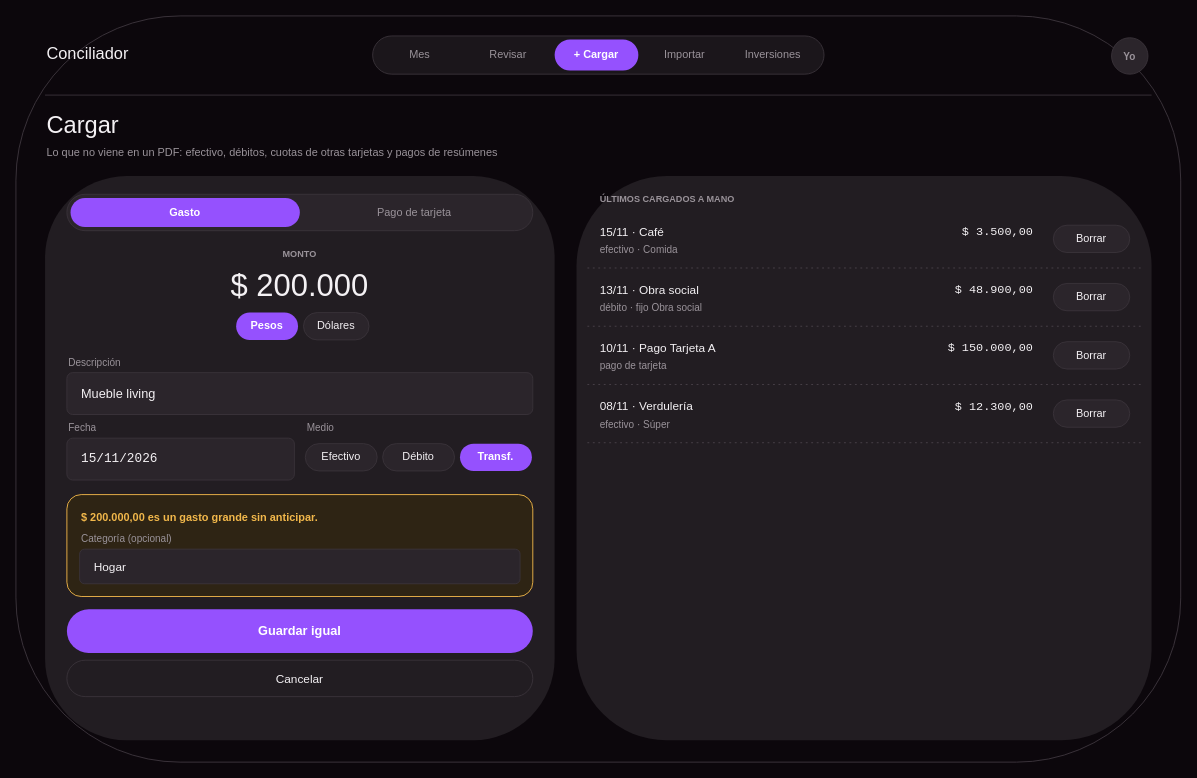
nicovazzoler/conciliador keeps this draw.io diagram as page "Cargar · escritorio" (4 of 16) of docs/diseno/conciliador.drawio. Above is the earlier version. Source tidied: cells renumbered, new cells numbered last; positions are measured from the earlier drawing's top-left corner, leaving out a move shared by most shapes. Both pictures are drawn from the tidied source at 91%, with x=0, y=0 at pixel (15, 15).
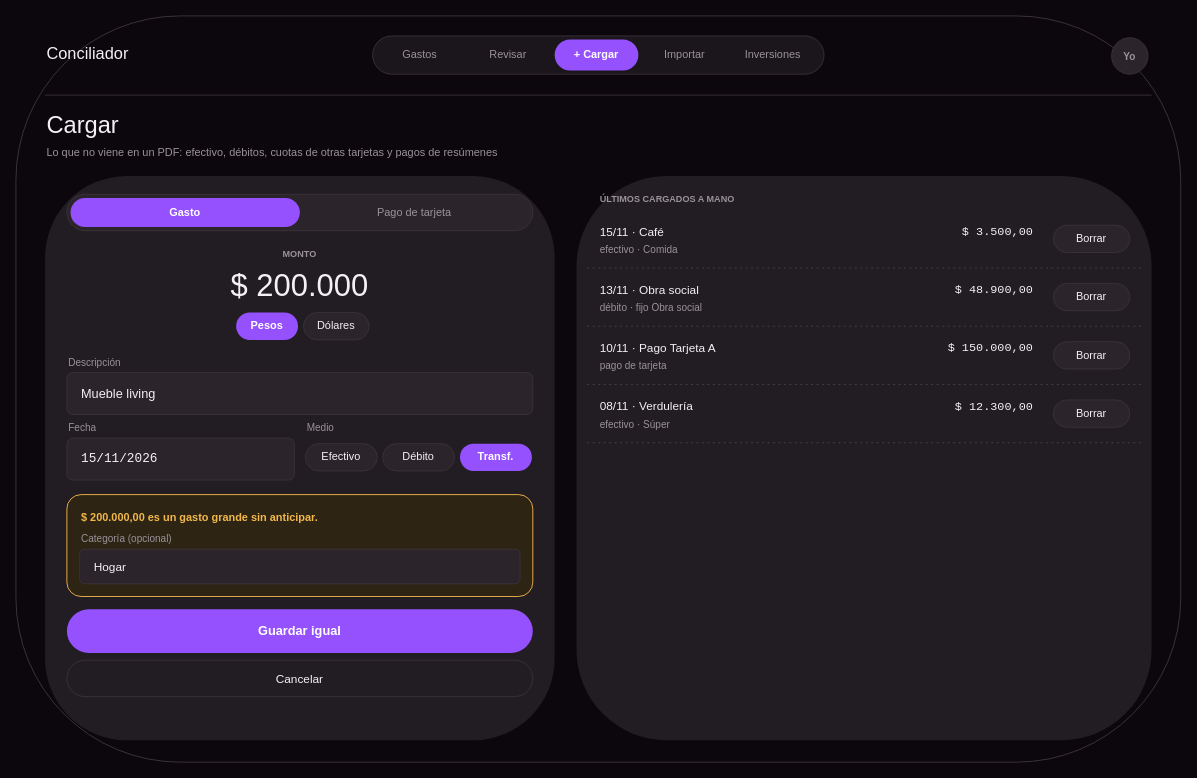
The same page after the edit.

Commit message (it also covers changes not shown here):
Diseño: Gastos con meses anteriores, ganancia no realizada y escritorio de inversiones

La sección Mes pasa a llamarse Gastos, con flechas para ir a meses anteriores y las barras del total como los últimos seis meses. Trading muestra la ganancia realizada y la no realizada. Se suman Portafolio y Trading en escritorio: las 16 pantallas existen en celular y en escritorio.

Change to the diagram source:
```diff
@@
-    <mxCell id="5" value="Mes" style="text;html=0;whiteSpace=wrap;align=center;verticalAlign=middle;fontSize=12;fontColor=#9A939A;fontFamily=Helvetica;fontStyle=0;" parent="1" vertex="1">
+    <mxCell id="5" value="Gastos" style="text;html=0;whiteSpace=wrap;align=center;verticalAlign=middle;fontSize=12;fontColor=#9A939A;fontFamily=Helvetica;fontStyle=0;" parent="1" vertex="1">
       <mxGeometry x="398" y="26" width="92" height="34" as="geometry" />
     </mxCell>
```
